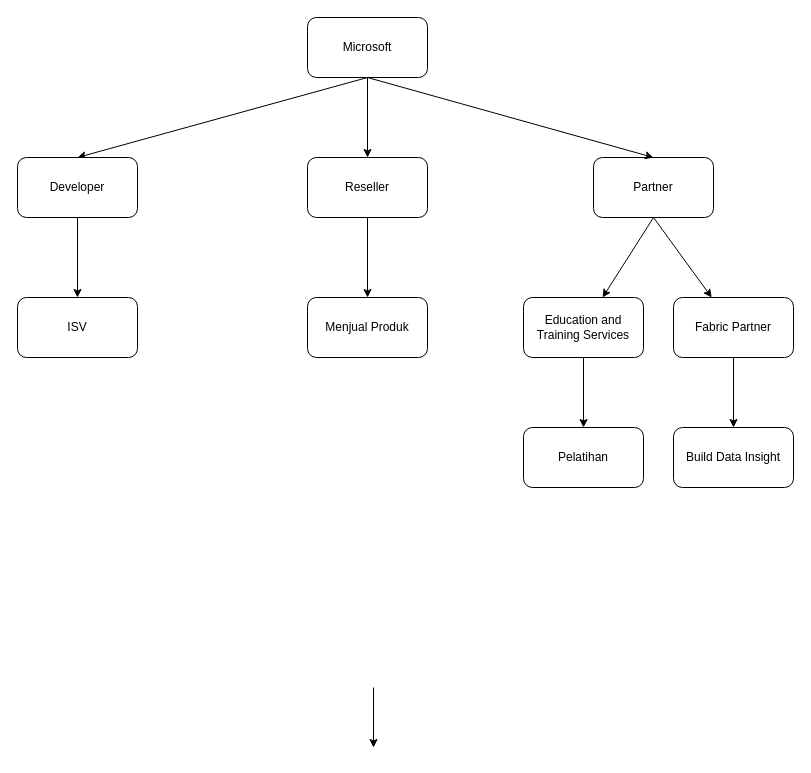
Before: page "Microsoft Partner" (2 of 2) of Microsoft Partner.drawio in MiftahRizky/miftahr, a draw.io diagram. Source tidied: cells renumbered, new cells numbered last; positions are measured from the earlier drawing's top-left corner, leaving out a move shared by most shapes. Both pictures are drawn from the tidied source at 100%, with x=0, y=0 at pixel (17, 17).
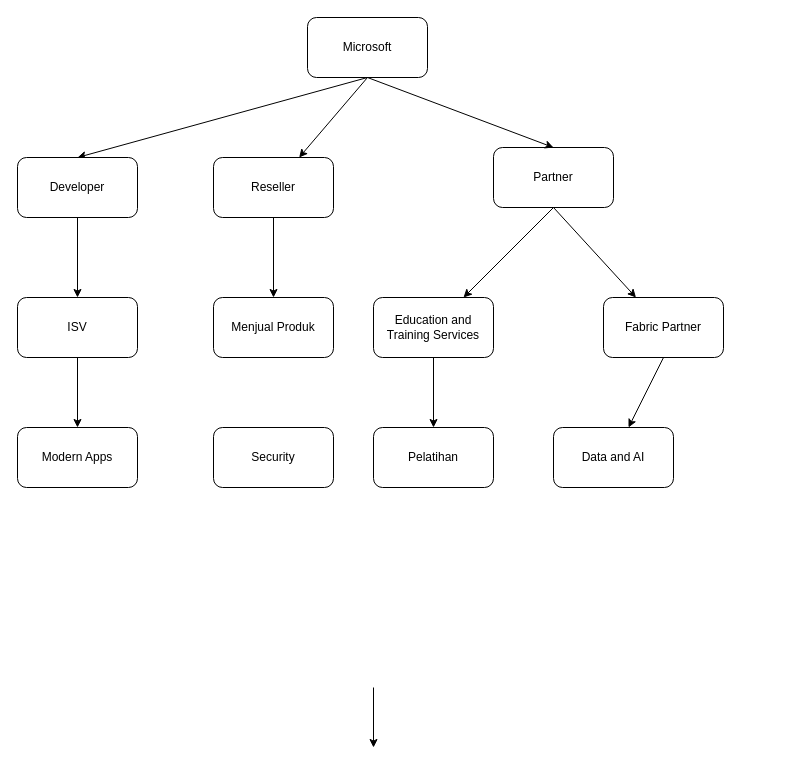
After the change.

Unchanged cells that the change refers to:
```xml
<mxCell id="12" value="ISV" style="rounded=1;whiteSpace=wrap;html=1;" parent="1" vertex="1">
  <mxGeometry y="280" width="120" height="60" as="geometry" />
</mxCell>
```

Diff of the diagram source:
```diff
@@
     <mxCell id="5" value="Reseller" style="rounded=1;whiteSpace=wrap;html=1;" parent="1" vertex="1">
-      <mxGeometry x="290" y="140" width="120" height="60" as="geometry" />
+      <mxGeometry x="196" y="140" width="120" height="60" as="geometry" />
     </mxCell>
     <mxCell id="6" value="Partner" style="rounded=1;whiteSpace=wrap;html=1;" parent="1" vertex="1">
-      <mxGeometry x="576" y="140" width="120" height="60" as="geometry" />
+      <mxGeometry x="476" y="130" width="120" height="60" as="geometry" />
     </mxCell>
@@
     <mxCell id="13" value="Menjual Produk" style="rounded=1;whiteSpace=wrap;html=1;" parent="1" vertex="1">
-      <mxGeometry x="290" y="280" width="120" height="60" as="geometry" />
+      <mxGeometry x="196" y="280" width="120" height="60" as="geometry" />
     </mxCell>
     <mxCell id="14" value="Education and Training Services" style="rounded=1;whiteSpace=wrap;html=1;" parent="1" vertex="1">
-      <mxGeometry x="506" y="280" width="120" height="60" as="geometry" />
+      <mxGeometry x="356" y="280" width="120" height="60" as="geometry" />
     </mxCell>
@@
     <mxCell id="16" value="Fabric Partner" style="rounded=1;whiteSpace=wrap;html=1;" parent="1" vertex="1">
-      <mxGeometry x="656" y="280" width="120" height="60" as="geometry" />
+      <mxGeometry x="586" y="280" width="120" height="60" as="geometry" />
     </mxCell>
@@
     <mxCell id="19" value="Pelatihan" style="rounded=1;whiteSpace=wrap;html=1;" parent="1" vertex="1">
-      <mxGeometry x="506" y="410" width="120" height="60" as="geometry" />
+      <mxGeometry x="356" y="410" width="120" height="60" as="geometry" />
     </mxCell>
@@
-    <mxCell id="21" value="Build Data Insight" style="rounded=1;whiteSpace=wrap;html=1;" parent="1" vertex="1">
-      <mxGeometry x="656" y="410" width="120" height="60" as="geometry" />
+    <mxCell id="21" value="Data and AI" style="rounded=1;whiteSpace=wrap;html=1;" parent="1" vertex="1">
+      <mxGeometry x="536" y="410" width="120" height="60" as="geometry" />
     </mxCell>
+    <mxCell id="22" value="Security" style="rounded=1;whiteSpace=wrap;html=1;" parent="1" vertex="1">
+      <mxGeometry x="196" y="410" width="120" height="60" as="geometry" />
+    </mxCell>
+    <mxCell id="23" value="Modern Apps" style="rounded=1;whiteSpace=wrap;html=1;" parent="1" vertex="1">
+      <mxGeometry y="410" width="120" height="60" as="geometry" />
+    </mxCell>
+    <mxCell id="24" style="endArrow=classic;html=1;rounded=0;exitX=0.5;exitY=1;exitDx=0;exitDy=0;entryX=0.5;entryY=0;entryDx=0;entryDy=0;" parent="1" edge="1" source="12" target="23">
+      <mxGeometry relative="1" as="geometry" />
+    </mxCell>
```
